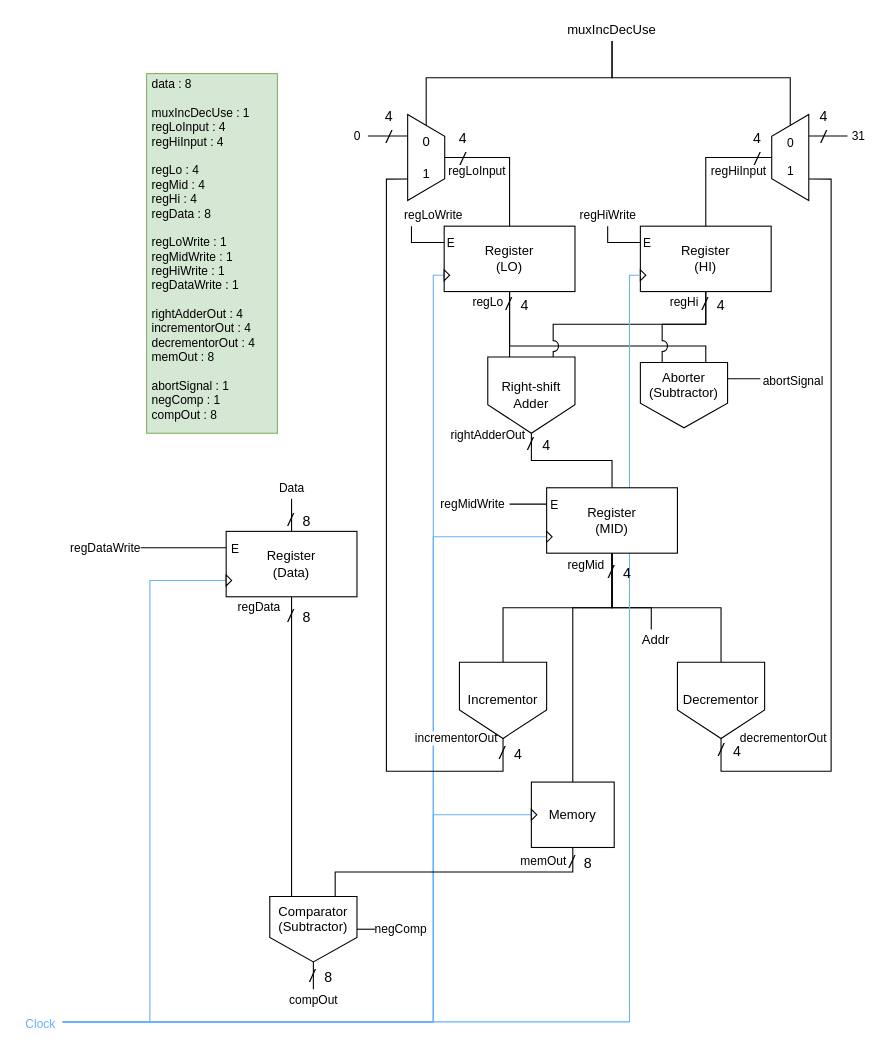
featherbear/UNSW-COMP3222 keeps this draw.io diagram as labs/lab11/L11P2/data path diagram.drawio. Above is the earlier version. Source tidied: cells renumbered, new cells numbered last; positions are measured from the earlier drawing's top-left corner, leaving out a move shared by most shapes. Both pictures are drawn from the tidied source at 109%, with x=0, y=0 at pixel (19, 19).
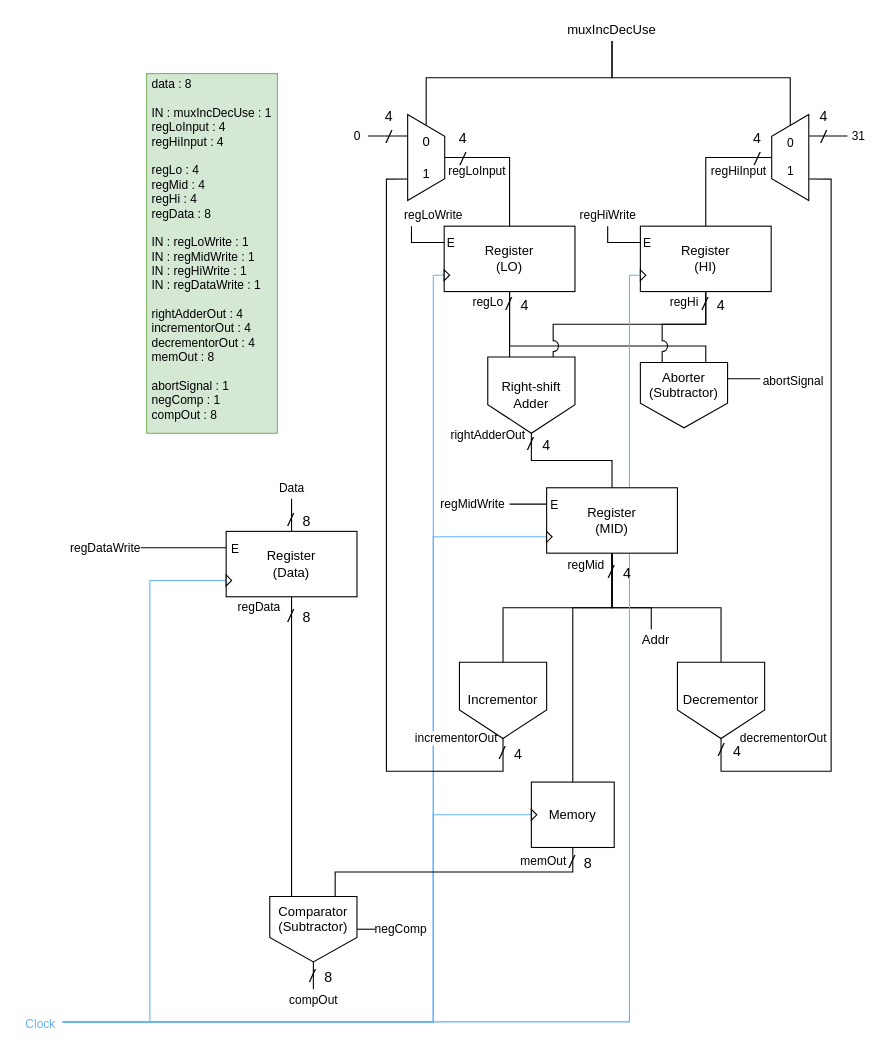
The same page after the edit.

Commit message (it also covers changes not shown here):
Add FSM logic

What changed in the source:
```diff
@@
-    <mxCell id="70" value="&lt;br&gt;data : 8&lt;br&gt;&lt;br&gt;muxIncDecUse : 1&lt;br&gt;regLoInput : 4&lt;br&gt;regHiInput : 4&lt;br&gt;&lt;br&gt;regLo : 4&lt;br&gt;regMid : 4&lt;br&gt;regHi : 4&lt;br&gt;regData : 8&lt;br&gt;&lt;br&gt;regLoWrite : 1&lt;br&gt;regMidWrite : 1&lt;br&gt;regHiWrite : 1&lt;br&gt;regDataWrite : 1&lt;br&gt;&lt;br&gt;rightAdderOut : 4&lt;br&gt;incrementorOut : 4&lt;br&gt;decrementorOut : 4&lt;br&gt;memOut : 8&lt;br&gt;&lt;br&gt;abortSignal : 1&lt;br&gt;negComp : 1&lt;br&gt;compOut : 8" style="text;html=1;strokeColor=#82b366;fillColor=#d5e8d4;spacing=5;spacingTop=-20;whiteSpace=wrap;overflow=hidden;rounded=0;fontSize=11;align=left;verticalAlign=middle;" parent="1" vertex="1">
+    <mxCell id="70" value="&lt;br&gt;data : 8&lt;br&gt;&lt;br&gt;IN :&amp;nbsp;muxIncDecUse : 1&lt;br&gt;regLoInput : 4&lt;br&gt;regHiInput : 4&lt;br&gt;&lt;br&gt;regLo : 4&lt;br&gt;regMid : 4&lt;br&gt;regHi : 4&lt;br&gt;regData : 8&lt;br&gt;&lt;br&gt;IN : regLoWrite : 1&lt;br&gt;IN : regMidWrite : 1&lt;br&gt;IN :&amp;nbsp;regHiWrite : 1&lt;br&gt;IN :&amp;nbsp;regDataWrite : 1&lt;br&gt;&lt;br&gt;rightAdderOut : 4&lt;br&gt;incrementorOut : 4&lt;br&gt;decrementorOut : 4&lt;br&gt;memOut : 8&lt;br&gt;&lt;br&gt;abortSignal : 1&lt;br&gt;negComp : 1&lt;br&gt;compOut : 8" style="text;html=1;strokeColor=#82b366;fillColor=#d5e8d4;spacing=5;spacingTop=-20;whiteSpace=wrap;overflow=hidden;rounded=0;fontSize=11;align=left;verticalAlign=middle;" parent="1" vertex="1">
       <mxGeometry x="117" y="50" width="120" height="330" as="geometry" />
     </mxCell>
```
